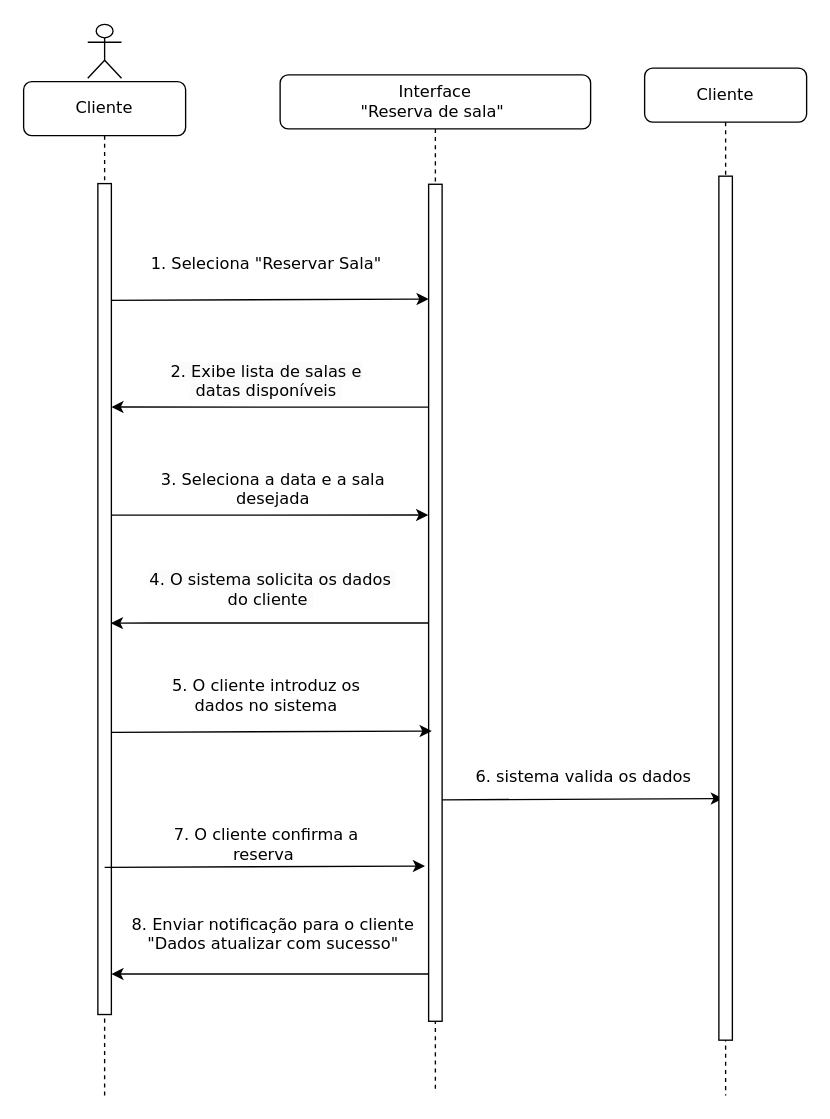
ic3K1ng/Rooms-Equipments keeps this draw.io diagram as Diagrama de Sequência-Projeto .drawio. Above is the earlier version. Source tidied: cells renumbered, new cells numbered last; positions are measured from the earlier drawing's top-left corner, leaving out a move shared by most shapes. Both pictures are drawn from the tidied source at 135%, with x=0, y=0 at pixel (23, 23).
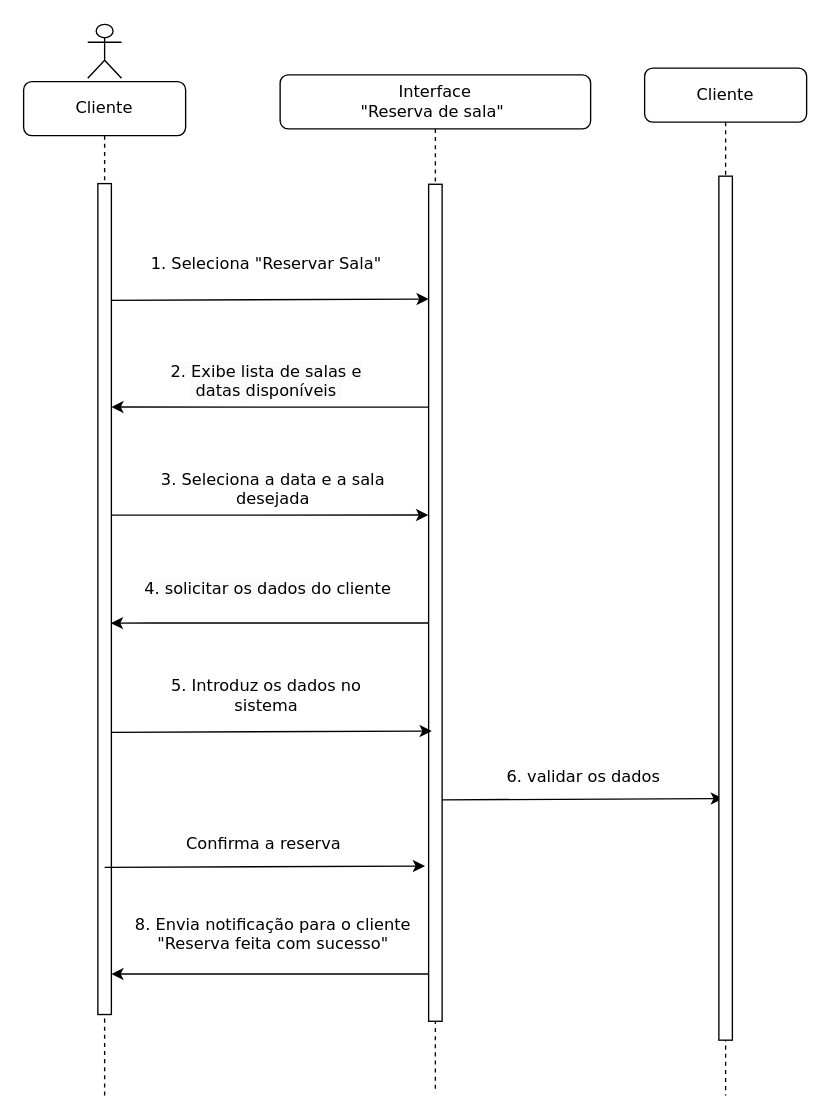
The same diagram, later.

The change refers to these unchanged cells:
```xml
<mxCell id="2" value="Interface&lt;div style=&quot;font-size: 12px;&quot;&gt;&quot;Reserva de sala&quot;&amp;nbsp;&lt;/div&gt;" style="shape=umlLifeline;perimeter=lifelinePerimeter;whiteSpace=wrap;html=1;rounded=1;shadow=0;comic=0;labelBackgroundColor=none;strokeWidth=1;fontFamily=Verdana;fontSize=12;align=center;" parent="1" vertex="1">
  <mxGeometry x="190" y="38" width="230" height="751" as="geometry" />
</mxCell>
```

What changed in the source:
```diff
@@
-    <mxCell id="7" value="&lt;div style=&quot;text-indent: 0px; font-size: 12px;&quot;&gt;&lt;span style=&quot;text-indent: -0.25in; background-color: initial; text-wrap-mode: nowrap; font-size: 12px;&quot;&gt;&lt;font style=&quot;font-size: 12px;&quot;&gt;6.&lt;/font&gt;&lt;/span&gt;&lt;span style=&quot;font-size: 12px; text-indent: -0.25in; background-color: initial;&quot;&gt; sistema valida os dados&lt;/span&gt;&lt;font style=&quot;font-size: 12px;&quot;&gt;&lt;span style=&quot;text-wrap-mode: nowrap; font-size: 12px;&quot;&gt;&lt;br style=&quot;font-size: 12px;&quot;&gt;&lt;/span&gt;&lt;/font&gt;&lt;/div&gt;&lt;p class=&quot;MsoListParagraph&quot; style=&quot;margin-left: 40.5pt; font-size: 12px;&quot;&gt;&lt;/p&gt;" style="text;whiteSpace=wrap;html=1;fontSize=12;align=center;verticalAlign=top;fontFamily=Verdana;" parent="2" vertex="1">
+    <mxCell id="7" value="&lt;div style=&quot;text-indent: 0px; font-size: 12px;&quot;&gt;&lt;span style=&quot;text-indent: -0.25in; background-color: initial; text-wrap-mode: nowrap; font-size: 12px;&quot;&gt;&lt;font style=&quot;font-size: 12px;&quot;&gt;6.&lt;/font&gt;&lt;/span&gt;&lt;span style=&quot;font-size: 12px; text-indent: -0.25in; background-color: initial;&quot;&gt;&amp;nbsp;validar os dados&lt;/span&gt;&lt;font style=&quot;font-size: 12px;&quot;&gt;&lt;span style=&quot;text-wrap-mode: nowrap; font-size: 12px;&quot;&gt;&lt;br style=&quot;font-size: 12px;&quot;&gt;&lt;/span&gt;&lt;/font&gt;&lt;/div&gt;&lt;p class=&quot;MsoListParagraph&quot; style=&quot;margin-left: 40.5pt; font-size: 12px;&quot;&gt;&lt;/p&gt;" style="text;whiteSpace=wrap;html=1;fontSize=12;align=center;verticalAlign=top;fontFamily=Verdana;" parent="2" vertex="1">
       <mxGeometry x="140" y="506" width="170" height="24" as="geometry" />
     </mxCell>
@@
-    <mxCell id="16" value="&lt;div style=&quot;font-size: 12px;&quot;&gt;&lt;span style=&quot;background-color: initial; text-wrap-mode: nowrap; font-size: 12px;&quot;&gt;&lt;font style=&quot;font-size: 12px;&quot;&gt;8. Enviar notificação para o cliente&lt;/font&gt;&lt;/span&gt;&lt;/div&gt;&lt;div style=&quot;font-size: 12px;&quot;&gt;&lt;span style=&quot;background-color: initial; text-wrap-mode: nowrap; font-size: 12px;&quot;&gt;&lt;font style=&quot;font-size: 12px;&quot;&gt;&quot;Dados atualizar com sucesso&quot;&lt;/font&gt;&lt;/span&gt;&lt;/div&gt;" style="text;whiteSpace=wrap;html=1;fontSize=12;align=center;fontFamily=Verdana;" parent="1" vertex="1">
+    <mxCell id="16" value="&lt;div style=&quot;font-size: 12px;&quot;&gt;&lt;span style=&quot;background-color: initial; text-wrap-mode: nowrap; font-size: 12px;&quot;&gt;&lt;font style=&quot;font-size: 12px;&quot;&gt;8. Envia notificação para o cliente&lt;/font&gt;&lt;/span&gt;&lt;/div&gt;&lt;div style=&quot;font-size: 12px;&quot;&gt;&lt;span style=&quot;background-color: initial; text-wrap-mode: nowrap; font-size: 12px;&quot;&gt;&lt;font style=&quot;font-size: 12px;&quot;&gt;&quot;Reserva feita com sucesso&quot;&lt;/font&gt;&lt;/span&gt;&lt;/div&gt;" style="text;whiteSpace=wrap;html=1;fontSize=12;align=center;fontFamily=Verdana;" parent="1" vertex="1">
       <mxGeometry x="105" y="654" width="160" height="40" as="geometry" />
     </mxCell>
@@
-    <mxCell id="22" value="&lt;span style=&quot;color: rgb(0, 0, 0); font-style: normal; font-variant-ligatures: normal; font-variant-caps: normal; font-weight: 400; letter-spacing: normal; orphans: 2; text-indent: 0px; text-transform: none; widows: 2; word-spacing: 0px; -webkit-text-stroke-width: 0px; white-space: nowrap; background-color: rgb(251, 251, 251); text-decoration-thickness: initial; text-decoration-style: initial; text-decoration-color: initial; float: none; font-size: 12px; display: inline !important;&quot;&gt;4. O sistema solicita os dados&amp;nbsp;&lt;/span&gt;&lt;div style=&quot;font-size: 12px;&quot;&gt;&lt;span style=&quot;color: rgb(0, 0, 0); font-style: normal; font-variant-ligatures: normal; font-variant-caps: normal; font-weight: 400; letter-spacing: normal; orphans: 2; text-indent: 0px; text-transform: none; widows: 2; word-spacing: 0px; -webkit-text-stroke-width: 0px; white-space: nowrap; background-color: rgb(251, 251, 251); text-decoration-thickness: initial; text-decoration-style: initial; text-decoration-color: initial; float: none; font-size: 12px; display: inline !important;&quot;&gt;do cliente&amp;nbsp;&lt;/span&gt;&lt;span style=&quot;text-wrap-mode: nowrap; font-size: 12px;&quot;&gt;&amp;nbsp;&lt;/span&gt;&lt;/div&gt;" style="text;whiteSpace=wrap;html=1;align=center;fontSize=12;verticalAlign=middle;fontFamily=Verdana;" parent="1" vertex="1">
+    <mxCell id="22" value="&lt;span style=&quot;color: rgb(0, 0, 0); font-style: normal; font-variant-ligatures: normal; font-variant-caps: normal; font-weight: 400; letter-spacing: normal; orphans: 2; text-indent: 0px; text-transform: none; widows: 2; word-spacing: 0px; -webkit-text-stroke-width: 0px; white-space: nowrap; background-color: rgb(251, 251, 251); text-decoration-thickness: initial; text-decoration-style: initial; text-decoration-color: initial; float: none; font-size: 12px; display: inline !important;&quot;&gt;4. solicitar os dados&amp;nbsp;&lt;/span&gt;&lt;span style=&quot;text-wrap-mode: nowrap;&quot;&gt;do cliente&amp;nbsp;&lt;/span&gt;&lt;span style=&quot;background-color: initial; text-wrap-mode: nowrap;&quot;&gt;&amp;nbsp;&lt;/span&gt;" style="text;whiteSpace=wrap;html=1;align=center;fontSize=12;verticalAlign=middle;fontFamily=Verdana;" parent="1" vertex="1">
       <mxGeometry x="80" y="398.5" width="210" height="40" as="geometry" />
     </mxCell>
-    <mxCell id="23" value="&lt;div style=&quot;font-size: 12px;&quot;&gt;&lt;font style=&quot;font-size: 12px;&quot;&gt;&lt;span style=&quot;text-wrap-mode: nowrap; font-size: 12px;&quot;&gt;5.&amp;nbsp;&lt;/span&gt;&lt;/font&gt;&lt;span style=&quot;text-indent: -18pt; background-color: initial; font-size: 12px;&quot;&gt;O cliente introduz os dados no sistema&lt;/span&gt;&lt;/div&gt;&lt;p class=&quot;MsoListParagraph&quot; style=&quot;margin-top: 0cm; margin-right: 0cm; margin-left: 40.5pt; text-indent: -18pt; line-height: normal; font-size: 12px;&quot;&gt;&lt;/p&gt;" style="text;whiteSpace=wrap;html=1;fontSize=12;align=center;verticalAlign=middle;fontFamily=Verdana;" parent="1" vertex="1">
+    <mxCell id="23" value="&lt;div style=&quot;font-size: 12px;&quot;&gt;&lt;font style=&quot;font-size: 12px;&quot;&gt;&lt;span style=&quot;text-wrap-mode: nowrap; font-size: 12px;&quot;&gt;5. I&lt;/span&gt;&lt;/font&gt;&lt;span style=&quot;text-indent: -18pt; background-color: initial; font-size: 12px;&quot;&gt;ntroduz os dados no sistema&lt;/span&gt;&lt;/div&gt;&lt;p class=&quot;MsoListParagraph&quot; style=&quot;margin-top: 0cm; margin-right: 0cm; margin-left: 40.5pt; text-indent: -18pt; line-height: normal; font-size: 12px;&quot;&gt;&lt;/p&gt;" style="text;whiteSpace=wrap;html=1;fontSize=12;align=center;verticalAlign=middle;fontFamily=Verdana;" parent="1" vertex="1">
       <mxGeometry x="90" y="484" width="180" height="40" as="geometry" />
     </mxCell>
@@
-    <mxCell id="25" value="&lt;div style=&quot;font-size: 12px;&quot;&gt;&lt;span style=&quot;font-size: 12px; line-height: 107%;&quot;&gt;7.&amp;nbsp;&lt;/span&gt;&lt;span style=&quot;font-size: 12px; background-color: initial;&quot;&gt;O cliente confirma a&lt;br style=&quot;font-size: 12px;&quot;&gt;reserva&amp;nbsp;&lt;/span&gt;&lt;/div&gt;&lt;p class=&quot;MsoListParagraph&quot; style=&quot;margin-top: 0cm; margin-right: 0cm; margin-left: 40.5pt; text-indent: -18pt; line-height: normal; font-size: 12px;&quot;&gt;&lt;/p&gt;" style="text;whiteSpace=wrap;html=1;fontSize=12;align=center;verticalAlign=middle;fontFamily=Verdana;" parent="1" vertex="1">
+    <mxCell id="25" value="&lt;div style=&quot;font-size: 12px;&quot;&gt;&lt;span style=&quot;font-size: 12px; background-color: initial;&quot;&gt;Confirma a reserva&amp;nbsp;&lt;/span&gt;&lt;/div&gt;&lt;p class=&quot;MsoListParagraph&quot; style=&quot;margin-top: 0cm; margin-right: 0cm; margin-left: 40.5pt; text-indent: -18pt; line-height: normal; font-size: 12px;&quot;&gt;&lt;/p&gt;" style="text;whiteSpace=wrap;html=1;fontSize=12;align=center;verticalAlign=middle;fontFamily=Verdana;" parent="1" vertex="1">
       <mxGeometry x="90" y="594" width="180" height="40" as="geometry" />
     </mxCell>
```
